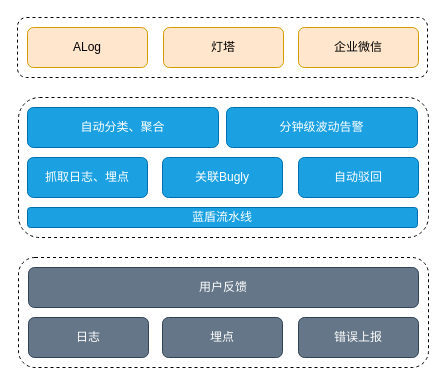
The draw.io diagram page "Page-2" (2 of 2) of 2021汇报.drawio in wangziji/graphics, before the edit. Source tidied: cells renumbered, new cells numbered last; positions are measured from the earlier drawing's top-left corner, leaving out a move shared by most shapes. Both pictures are drawn from the tidied source at 100%, with x=0, y=0 at pixel (17, 17).
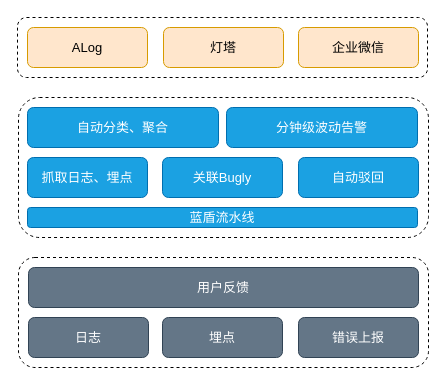
The same diagram, later.

Diff of the diagram source:
```diff
@@
 <mxGraphModel>
   <root>
     <mxCell id="0" />
     <mxCell id="1" parent="0" />
-    <mxCell id="2" style="rounded=1;whiteSpace=wrap;html=1;fillColor=none;dashed=1;" parent="1" vertex="1">
+    <mxCell id="2" style="rounded=1;whiteSpace=wrap;html=1;fillColor=none;dashed=1;fontFamily=腾讯体;fontSize=13;" parent="1" vertex="1">
       <mxGeometry x="1" y="80" width="410" height="140" as="geometry" />
     </mxCell>
-    <mxCell id="3" style="rounded=1;whiteSpace=wrap;html=1;fillColor=none;dashed=1;" parent="1" vertex="1">
+    <mxCell id="3" style="rounded=1;whiteSpace=wrap;html=1;fillColor=none;dashed=1;fontFamily=腾讯体;fontSize=13;" parent="1" vertex="1">
       <mxGeometry x="1" y="240" width="410" height="110" as="geometry" />
     </mxCell>
-    <mxCell id="4" value="日志" style="rounded=1;whiteSpace=wrap;html=1;fillColor=#647687;fontColor=#ffffff;strokeColor=#314354;" parent="1" vertex="1">
+    <mxCell id="4" value="日志" style="rounded=1;whiteSpace=wrap;html=1;fillColor=#647687;fontColor=#ffffff;strokeColor=#314354;fontFamily=腾讯体;fontSize=13;" parent="1" vertex="1">
       <mxGeometry x="11" y="300" width="120" height="40" as="geometry" />
     </mxCell>
-    <mxCell id="5" value="埋点" style="rounded=1;whiteSpace=wrap;html=1;fillColor=#647687;fontColor=#ffffff;strokeColor=#314354;" parent="1" vertex="1">
+    <mxCell id="5" value="埋点" style="rounded=1;whiteSpace=wrap;html=1;fillColor=#647687;fontColor=#ffffff;strokeColor=#314354;fontFamily=腾讯体;fontSize=13;" parent="1" vertex="1">
       <mxGeometry x="145" y="300" width="120" height="40" as="geometry" />
     </mxCell>
-    <mxCell id="6" value="错误上报" style="rounded=1;whiteSpace=wrap;html=1;fillColor=#647687;fontColor=#ffffff;strokeColor=#314354;" parent="1" vertex="1">
+    <mxCell id="6" value="错误上报" style="rounded=1;whiteSpace=wrap;html=1;fillColor=#647687;fontColor=#ffffff;strokeColor=#314354;fontFamily=腾讯体;fontSize=13;" parent="1" vertex="1">
       <mxGeometry x="281" y="300" width="120" height="40" as="geometry" />
     </mxCell>
-    <mxCell id="7" value="用户反馈" style="rounded=1;whiteSpace=wrap;html=1;fillColor=#647687;fontColor=#ffffff;strokeColor=#314354;" parent="1" vertex="1">
+    <mxCell id="7" value="用户反馈" style="rounded=1;whiteSpace=wrap;html=1;fillColor=#647687;fontColor=#ffffff;strokeColor=#314354;fontFamily=腾讯体;fontSize=13;" parent="1" vertex="1">
       <mxGeometry x="11" y="250" width="390" height="40" as="geometry" />
     </mxCell>
-    <mxCell id="8" value="蓝盾流水线" style="rounded=1;whiteSpace=wrap;html=1;fillColor=#1ba1e2;strokeColor=#006EAF;fontColor=#ffffff;" parent="1" vertex="1">
+    <mxCell id="8" value="蓝盾流水线" style="rounded=1;whiteSpace=wrap;html=1;fillColor=#1ba1e2;strokeColor=#006EAF;fontColor=#ffffff;fontFamily=腾讯体;fontSize=13;" parent="1" vertex="1">
       <mxGeometry x="10" y="190" width="390" height="20" as="geometry" />
     </mxCell>
-    <mxCell id="9" value="抓取日志、埋点" style="rounded=1;whiteSpace=wrap;html=1;fillColor=#1ba1e2;strokeColor=#006EAF;fontColor=#ffffff;" parent="1" vertex="1">
+    <mxCell id="9" value="抓取日志、埋点" style="rounded=1;whiteSpace=wrap;html=1;fillColor=#1ba1e2;strokeColor=#006EAF;fontColor=#ffffff;fontFamily=腾讯体;fontSize=13;" parent="1" vertex="1">
       <mxGeometry x="10" y="140" width="120" height="40" as="geometry" />
     </mxCell>
-    <mxCell id="10" value="关联Bugly" style="rounded=1;whiteSpace=wrap;html=1;fillColor=#1ba1e2;strokeColor=#006EAF;fontColor=#ffffff;" parent="1" vertex="1">
+    <mxCell id="10" value="关联Bugly" style="rounded=1;whiteSpace=wrap;html=1;fillColor=#1ba1e2;strokeColor=#006EAF;fontColor=#ffffff;fontFamily=腾讯体;fontSize=13;" parent="1" vertex="1">
       <mxGeometry x="145" y="140" width="120" height="40" as="geometry" />
     </mxCell>
-    <mxCell id="11" value="自动驳回" style="rounded=1;whiteSpace=wrap;html=1;fillColor=#1ba1e2;strokeColor=#006EAF;fontColor=#ffffff;" parent="1" vertex="1">
+    <mxCell id="11" value="自动驳回" style="rounded=1;whiteSpace=wrap;html=1;fillColor=#1ba1e2;strokeColor=#006EAF;fontColor=#ffffff;fontFamily=腾讯体;fontSize=13;" parent="1" vertex="1">
       <mxGeometry x="281" y="140" width="120" height="40" as="geometry" />
     </mxCell>
-    <mxCell id="12" value="自动分类、聚合" style="rounded=1;whiteSpace=wrap;html=1;fillColor=#1ba1e2;strokeColor=#006EAF;fontColor=#ffffff;" parent="1" vertex="1">
+    <mxCell id="12" value="自动分类、聚合" style="rounded=1;whiteSpace=wrap;html=1;fillColor=#1ba1e2;strokeColor=#006EAF;fontColor=#ffffff;fontFamily=腾讯体;fontSize=13;" parent="1" vertex="1">
       <mxGeometry x="10" y="90" width="191" height="40" as="geometry" />
     </mxCell>
-    <mxCell id="13" value="分钟级波动告警" style="rounded=1;whiteSpace=wrap;html=1;fillColor=#1ba1e2;strokeColor=#006EAF;fontColor=#ffffff;" parent="1" vertex="1">
+    <mxCell id="13" value="分钟级波动告警" style="rounded=1;whiteSpace=wrap;html=1;fillColor=#1ba1e2;strokeColor=#006EAF;fontColor=#ffffff;fontFamily=腾讯体;fontSize=13;" parent="1" vertex="1">
       <mxGeometry x="209" y="90" width="191" height="40" as="geometry" />
     </mxCell>
-    <mxCell id="14" value="ALog" style="rounded=1;whiteSpace=wrap;html=1;fillColor=#ffe6cc;strokeColor=#d79b00;" parent="1" vertex="1">
+    <mxCell id="14" value="ALog" style="rounded=1;whiteSpace=wrap;html=1;fillColor=#ffe6cc;strokeColor=#d79b00;fontFamily=腾讯体;fontSize=13;" parent="1" vertex="1">
       <mxGeometry x="10" y="10" width="120" height="40" as="geometry" />
     </mxCell>
-    <mxCell id="15" value="灯塔" style="rounded=1;whiteSpace=wrap;html=1;fillColor=#ffe6cc;strokeColor=#d79b00;" parent="1" vertex="1">
+    <mxCell id="15" value="灯塔" style="rounded=1;whiteSpace=wrap;html=1;fillColor=#ffe6cc;strokeColor=#d79b00;fontFamily=腾讯体;fontSize=13;" parent="1" vertex="1">
       <mxGeometry x="146" y="10" width="120" height="40" as="geometry" />
     </mxCell>
-    <mxCell id="16" value="企业微信" style="rounded=1;whiteSpace=wrap;html=1;fillColor=#ffe6cc;strokeColor=#d79b00;" parent="1" vertex="1">
+    <mxCell id="16" value="企业微信" style="rounded=1;whiteSpace=wrap;html=1;fillColor=#ffe6cc;strokeColor=#d79b00;fontFamily=腾讯体;fontSize=13;" parent="1" vertex="1">
       <mxGeometry x="281" y="10" width="120" height="40" as="geometry" />
     </mxCell>
-    <mxCell id="17" style="rounded=1;whiteSpace=wrap;html=1;fillColor=none;dashed=1;" parent="1" vertex="1">
+    <mxCell id="17" style="rounded=1;whiteSpace=wrap;html=1;fillColor=none;dashed=1;fontFamily=腾讯体;fontSize=13;" parent="1" vertex="1">
       <mxGeometry width="410" height="60" as="geometry" />
     </mxCell>
   </root>
 </mxGraphModel>
```
